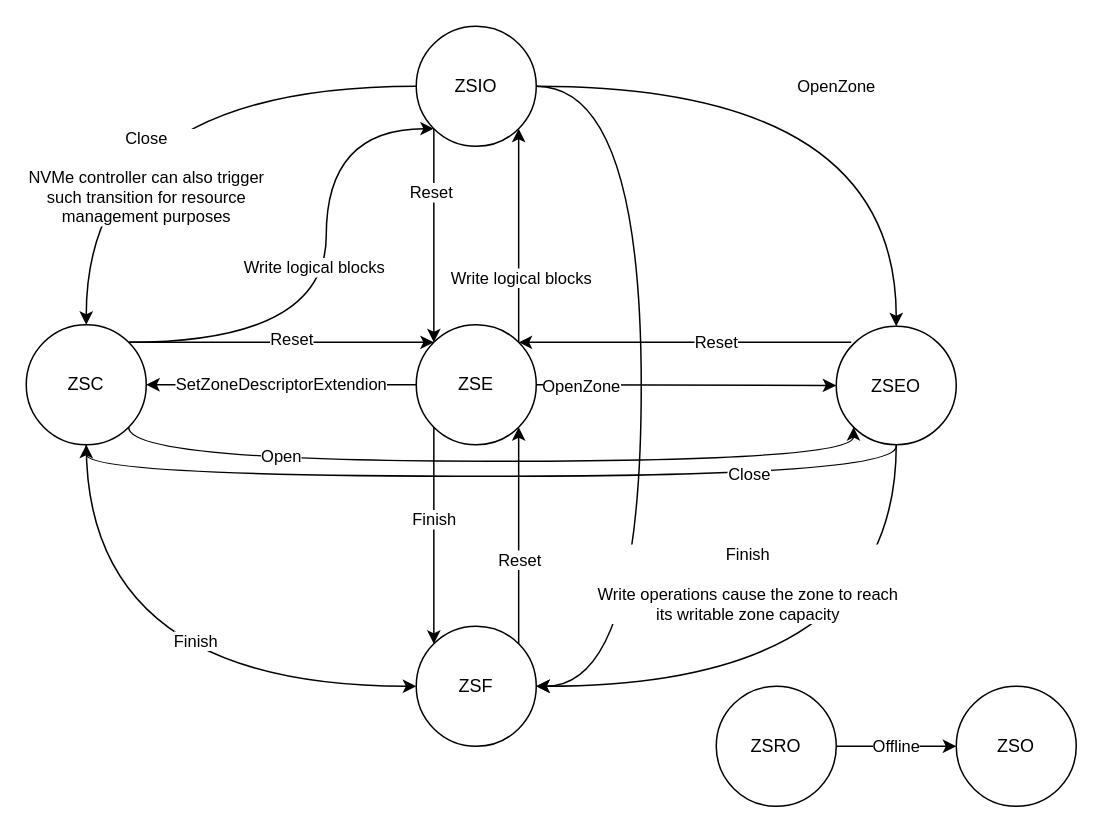
Before: ZNSStateMachine.drawio in Dicridon/drawio, a draw.io diagram. Source tidied: cells renumbered, new cells numbered last; positions are measured from the earlier drawing's top-left corner, leaving out a move shared by most shapes. Both pictures are drawn from the tidied source at 150%, with x=0, y=0 at pixel (26, 26).
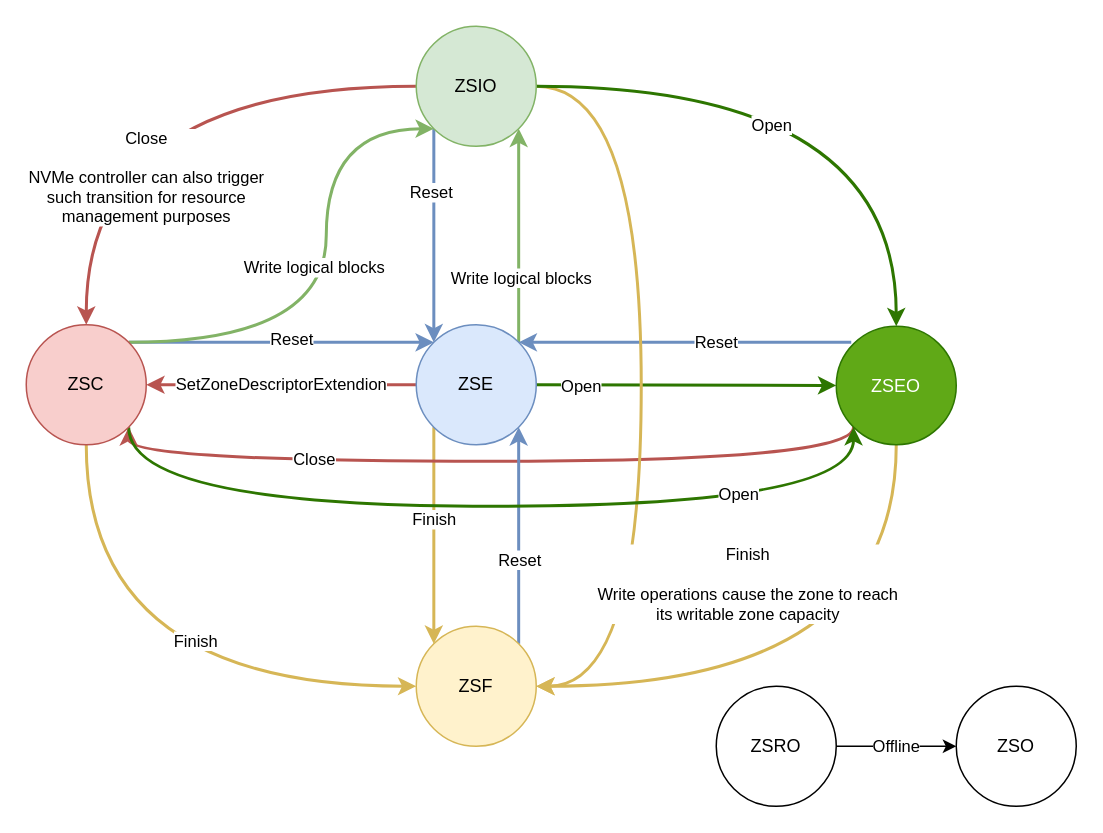
After the change.

Diff of the diagram source:
```diff
@@
-    <mxCell id="2" style="edgeStyle=orthogonalEdgeStyle;rounded=0;jettySize=auto;html=1;exitX=1;exitY=0.5;exitDx=0;exitDy=0;curved=1;" parent="1" edge="1" source="9" target="15">
+    <mxCell id="2" style="edgeStyle=orthogonalEdgeStyle;rounded=0;jettySize=auto;html=1;exitX=1;exitY=0.5;exitDx=0;exitDy=0;curved=1;fillColor=#60a917;strokeColor=#2D7600;strokeWidth=2;" parent="1" edge="1" source="9" target="15">
       <mxGeometry relative="1" as="geometry" />
     </mxCell>
-    <mxCell id="3" value="OpenZone" style="edgeLabel;html=1;align=center;verticalAlign=middle;" parent="2" vertex="1">
+    <mxCell id="3" value="Open" style="edgeLabel;html=1;align=center;verticalAlign=middle;" parent="2" vertex="1">
       <mxGeometry x="0.04" relative="1" as="geometry">
         <mxPoint x="-74" as="offset" />
       </mxGeometry>
     </mxCell>
-    <mxCell id="4" style="edgeStyle=orthogonalEdgeStyle;curved=1;rounded=0;jettySize=auto;html=1;exitX=1;exitY=0;exitDx=0;exitDy=0;entryX=1;entryY=1;entryDx=0;entryDy=0;" parent="1" edge="1" source="9" target="26">
+    <mxCell id="4" style="edgeStyle=orthogonalEdgeStyle;curved=1;rounded=0;jettySize=auto;html=1;exitX=1;exitY=0;exitDx=0;exitDy=0;entryX=1;entryY=1;entryDx=0;entryDy=0;strokeWidth=2;fillColor=#d5e8d4;strokeColor=#82b366;" parent="1" edge="1" source="9" target="26">
       <mxGeometry relative="1" as="geometry" />
     </mxCell>
@@
-    <mxCell id="6" value="SetZoneDescriptorExtendion&lt;br&gt;" style="edgeStyle=orthogonalEdgeStyle;curved=1;rounded=0;jettySize=auto;html=1;exitX=0;exitY=0.5;exitDx=0;exitDy=0;entryX=1;entryY=0.5;entryDx=0;entryDy=0;" parent="1" edge="1" source="9" target="35">
+    <mxCell id="6" value="SetZoneDescriptorExtendion&lt;br&gt;" style="edgeStyle=orthogonalEdgeStyle;curved=1;rounded=0;jettySize=auto;html=1;exitX=0;exitY=0.5;exitDx=0;exitDy=0;entryX=1;entryY=0.5;entryDx=0;entryDy=0;strokeWidth=2;fillColor=#f8cecc;strokeColor=#b85450;" parent="1" edge="1" source="9" target="35">
       <mxGeometry relative="1" as="geometry" />
     </mxCell>
-    <mxCell id="7" style="edgeStyle=orthogonalEdgeStyle;curved=1;rounded=0;jettySize=auto;html=1;exitX=0;exitY=1;exitDx=0;exitDy=0;entryX=0;entryY=0;entryDx=0;entryDy=0;" parent="1" edge="1" source="9" target="18">
+    <mxCell id="7" style="edgeStyle=orthogonalEdgeStyle;curved=1;rounded=0;jettySize=auto;html=1;exitX=0;exitY=1;exitDx=0;exitDy=0;entryX=0;entryY=0;entryDx=0;entryDy=0;fillColor=#fff2cc;strokeColor=#d6b656;strokeWidth=2;" parent="1" edge="1" source="9" target="18">
       <mxGeometry relative="1" as="geometry" />
     </mxCell>
@@
-    <mxCell id="9" value="ZSE" style="ellipse;whiteSpace=wrap;html=1;" parent="1" vertex="1">
+    <mxCell id="9" value="ZSE" style="ellipse;whiteSpace=wrap;html=1;fillColor=#dae8fc;strokeColor=#6c8ebf;" parent="1" vertex="1">
       <mxGeometry x="260" y="199" width="80" height="80" as="geometry" />
     </mxCell>
-    <mxCell id="10" style="edgeStyle=orthogonalEdgeStyle;curved=1;rounded=0;jettySize=auto;html=1;exitX=0.125;exitY=0.136;exitDx=0;exitDy=0;entryX=1;entryY=0;entryDx=0;entryDy=0;exitPerimeter=0;" parent="1" edge="1" source="15" target="9">
+    <mxCell id="10" style="edgeStyle=orthogonalEdgeStyle;curved=1;rounded=0;jettySize=auto;html=1;exitX=0.125;exitY=0.136;exitDx=0;exitDy=0;entryX=1;entryY=0;entryDx=0;entryDy=0;exitPerimeter=0;fillColor=#dae8fc;strokeColor=#6c8ebf;strokeWidth=2;" parent="1" edge="1" source="15" target="9">
       <mxGeometry relative="1" as="geometry" />
     </mxCell>
@@
-    <mxCell id="12" style="edgeStyle=orthogonalEdgeStyle;curved=1;rounded=0;jettySize=auto;html=1;entryX=0.5;entryY=1;entryDx=0;entryDy=0;" parent="1" edge="1" target="35">
-      <mxGeometry relative="1" as="geometry">
-        <mxPoint x="580" y="280" as="sourcePoint" />
-        <Array as="points">
-          <mxPoint x="580" y="300" />
-          <mxPoint x="40" y="300" />
-        </Array>
-      </mxGeometry>
-    </mxCell>
+    <mxCell id="14" style="edgeStyle=orthogonalEdgeStyle;curved=1;rounded=0;jettySize=auto;html=1;exitX=0.5;exitY=1;exitDx=0;exitDy=0;entryX=1;entryY=0.5;entryDx=0;entryDy=0;fillColor=#fff2cc;strokeColor=#d6b656;strokeWidth=2;" parent="1" edge="1" source="15" target="18">
+      <mxGeometry relative="1" as="geometry" />
+    </mxCell>
+    <mxCell id="39" style="edgeStyle=orthogonalEdgeStyle;curved=1;rounded=0;jettySize=auto;html=1;exitX=0;exitY=1;exitDx=0;exitDy=0;entryX=1;entryY=1;entryDx=0;entryDy=0;fillColor=#f8cecc;strokeColor=#b85450;strokeWidth=2;" parent="1" edge="1" source="15" target="35">
+      <mxGeometry relative="1" as="geometry">
+        <Array as="points">
+          <mxPoint x="552" y="290" />
+          <mxPoint x="68" y="290" />
+        </Array>
+      </mxGeometry>
+    </mxCell>
-    <mxCell id="13" value="Close" style="edgeLabel;html=1;align=center;verticalAlign=middle;" parent="12" vertex="1">
-      <mxGeometry x="-0.64" y="-8" relative="1" as="geometry">
-        <mxPoint x="-14" y="6" as="offset" />
-      </mxGeometry>
+    <mxCell id="13" value="Close" style="edgeLabel;html=1;align=center;verticalAlign=middle;fontColor=#000000;" parent="39" vertex="1">
+      <mxGeometry x="0.45" y="-2" relative="1" as="geometry" />
     </mxCell>
-    <mxCell id="14" style="edgeStyle=orthogonalEdgeStyle;curved=1;rounded=0;jettySize=auto;html=1;exitX=0.5;exitY=1;exitDx=0;exitDy=0;entryX=1;entryY=0.5;entryDx=0;entryDy=0;" parent="1" edge="1" source="15" target="18">
-      <mxGeometry relative="1" as="geometry" />
-    </mxCell>
-    <mxCell id="15" value="ZSEO" style="ellipse;whiteSpace=wrap;html=1;" parent="1" vertex="1">
+    <mxCell id="15" value="ZSEO" style="ellipse;whiteSpace=wrap;html=1;fillColor=#60a917;strokeColor=#2D7600;fontColor=#ffffff;" parent="1" vertex="1">
       <mxGeometry x="540" y="200" width="80" height="79" as="geometry" />
     </mxCell>
-    <mxCell id="16" style="edgeStyle=orthogonalEdgeStyle;curved=1;rounded=0;jettySize=auto;html=1;exitX=1;exitY=0;exitDx=0;exitDy=0;entryX=1;entryY=1;entryDx=0;entryDy=0;" parent="1" edge="1" source="18" target="9">
+    <mxCell id="16" style="edgeStyle=orthogonalEdgeStyle;curved=1;rounded=0;jettySize=auto;html=1;exitX=1;exitY=0;exitDx=0;exitDy=0;entryX=1;entryY=1;entryDx=0;entryDy=0;fillColor=#dae8fc;strokeColor=#6c8ebf;strokeWidth=2;" parent="1" edge="1" source="18" target="9">
       <mxGeometry relative="1" as="geometry" />
     </mxCell>
@@
-    <mxCell id="18" value="ZSF" style="ellipse;whiteSpace=wrap;html=1;" parent="1" vertex="1">
+    <mxCell id="18" value="ZSF" style="ellipse;whiteSpace=wrap;html=1;fillColor=#fff2cc;strokeColor=#d6b656;" parent="1" vertex="1">
       <mxGeometry x="260" y="400" width="80" height="80" as="geometry" />
     </mxCell>
-    <mxCell id="19" style="edgeStyle=orthogonalEdgeStyle;curved=1;rounded=0;jettySize=auto;html=1;exitX=0;exitY=1;exitDx=0;exitDy=0;entryX=0;entryY=0;entryDx=0;entryDy=0;" parent="1" edge="1" source="26" target="9">
+    <mxCell id="19" style="edgeStyle=orthogonalEdgeStyle;curved=1;rounded=0;jettySize=auto;html=1;exitX=0;exitY=1;exitDx=0;exitDy=0;entryX=0;entryY=0;entryDx=0;entryDy=0;fillColor=#dae8fc;strokeColor=#6c8ebf;strokeWidth=2;" parent="1" edge="1" source="26" target="9">
       <mxGeometry relative="1" as="geometry" />
     </mxCell>
@@
-    <mxCell id="21" value="OpenZone" style="edgeStyle=orthogonalEdgeStyle;curved=1;rounded=0;jettySize=auto;html=1;exitX=1;exitY=0.5;exitDx=0;exitDy=0;entryX=0.5;entryY=0;entryDx=0;entryDy=0;" parent="1" edge="1" source="26" target="15">
-      <mxGeometry relative="1" as="geometry" />
-    </mxCell>
-    <mxCell id="22" style="edgeStyle=orthogonalEdgeStyle;curved=1;rounded=0;jettySize=auto;html=1;exitX=0;exitY=0.5;exitDx=0;exitDy=0;entryX=0.5;entryY=0;entryDx=0;entryDy=0;" parent="1" edge="1" source="26" target="35">
+    <mxCell id="22" style="edgeStyle=orthogonalEdgeStyle;curved=1;rounded=0;jettySize=auto;html=1;exitX=0;exitY=0.5;exitDx=0;exitDy=0;entryX=0.5;entryY=0;entryDx=0;entryDy=0;fillColor=#f8cecc;strokeColor=#b85450;strokeWidth=2;" parent="1" edge="1" source="26" target="35">
       <mxGeometry relative="1" as="geometry" />
     </mxCell>
@@
-    <mxCell id="24" style="edgeStyle=orthogonalEdgeStyle;curved=1;rounded=0;jettySize=auto;html=1;exitX=1;exitY=0.5;exitDx=0;exitDy=0;entryX=1;entryY=0.5;entryDx=0;entryDy=0;" parent="1" edge="1" source="26" target="18">
+    <mxCell id="24" style="edgeStyle=orthogonalEdgeStyle;curved=1;rounded=0;jettySize=auto;html=1;exitX=1;exitY=0.5;exitDx=0;exitDy=0;entryX=1;entryY=0.5;entryDx=0;entryDy=0;fillColor=#fff2cc;strokeColor=#d6b656;strokeWidth=2;" parent="1" edge="1" source="26" target="18">
       <mxGeometry relative="1" as="geometry">
         <Array as="points">
           <mxPoint x="410" y="40" />
           <mxPoint x="410" y="440" />
         </Array>
       </mxGeometry>
     </mxCell>
@@
+    <mxCell id="21" style="edgeStyle=orthogonalEdgeStyle;curved=1;rounded=0;jettySize=auto;html=1;exitX=1;exitY=0.5;exitDx=0;exitDy=0;entryX=0.5;entryY=0;entryDx=0;entryDy=0;fillColor=#60a917;strokeColor=#2D7600;strokeWidth=2;" parent="1" edge="1" source="26" target="15">
+      <mxGeometry relative="1" as="geometry" />
+    </mxCell>
+    <mxCell id="32" value="Open" style="edgeLabel;html=1;align=center;verticalAlign=middle;" parent="21" vertex="1">
+      <mxGeometry x="-0.22" y="-25" relative="1" as="geometry" />
+    </mxCell>
-    <mxCell id="26" value="ZSIO" style="ellipse;whiteSpace=wrap;html=1;" parent="1" vertex="1">
+    <mxCell id="26" value="ZSIO" style="ellipse;whiteSpace=wrap;html=1;fillColor=#d5e8d4;strokeColor=#82b366;" parent="1" vertex="1">
       <mxGeometry x="260" width="80" height="80" as="geometry" />
     </mxCell>
-    <mxCell id="27" style="edgeStyle=orthogonalEdgeStyle;curved=1;rounded=0;jettySize=auto;html=1;exitX=1;exitY=0;exitDx=0;exitDy=0;entryX=0;entryY=0;entryDx=0;entryDy=0;" parent="1" edge="1" source="35" target="9">
+    <mxCell id="27" style="edgeStyle=orthogonalEdgeStyle;curved=1;rounded=0;jettySize=auto;html=1;exitX=1;exitY=0;exitDx=0;exitDy=0;entryX=0;entryY=0;entryDx=0;entryDy=0;fillColor=#dae8fc;strokeColor=#6c8ebf;strokeWidth=2;" parent="1" edge="1" source="35" target="9">
       <mxGeometry relative="1" as="geometry" />
     </mxCell>
@@
-    <mxCell id="29" style="edgeStyle=orthogonalEdgeStyle;curved=1;rounded=0;jettySize=auto;html=1;exitX=1;exitY=0;exitDx=0;exitDy=0;entryX=0;entryY=1;entryDx=0;entryDy=0;" parent="1" edge="1" source="35" target="26">
+    <mxCell id="29" style="edgeStyle=orthogonalEdgeStyle;curved=1;rounded=0;jettySize=auto;html=1;exitX=1;exitY=0;exitDx=0;exitDy=0;entryX=0;entryY=1;entryDx=0;entryDy=0;strokeWidth=2;fillColor=#d5e8d4;strokeColor=#82b366;" parent="1" edge="1" source="35" target="26">
       <mxGeometry relative="1" as="geometry">
         <Array as="points">
           <mxPoint x="200" y="211" />
           <mxPoint x="200" y="68" />
         </Array>
       </mxGeometry>
     </mxCell>
@@
-    <mxCell id="31" style="edgeStyle=orthogonalEdgeStyle;curved=1;rounded=0;jettySize=auto;html=1;exitX=1;exitY=1;exitDx=0;exitDy=0;entryX=0;entryY=1;entryDx=0;entryDy=0;" parent="1" edge="1" source="35" target="15">
+    <mxCell id="31" style="edgeStyle=orthogonalEdgeStyle;curved=1;rounded=0;jettySize=auto;html=1;exitX=1;exitY=1;exitDx=0;exitDy=0;entryX=0;entryY=1;entryDx=0;entryDy=0;fillColor=#60a917;strokeColor=#2D7600;strokeWidth=2;" parent="1" edge="1" source="35" target="15">
       <mxGeometry relative="1" as="geometry">
         <Array as="points">
-          <mxPoint x="68" y="290" />
-          <mxPoint x="552" y="290" />
+          <mxPoint x="68" y="320" />
+          <mxPoint x="552" y="320" />
         </Array>
       </mxGeometry>
     </mxCell>
-    <mxCell id="32" value="Open" style="edgeLabel;html=1;align=center;verticalAlign=middle;" parent="31" vertex="1">
-      <mxGeometry x="-0.53" y="4" relative="1" as="geometry" />
-    </mxCell>
+    <mxCell id="40" value="Open" style="edgeLabel;html=1;align=center;verticalAlign=middle;fontColor=#000000;" parent="31" vertex="1">
+      <mxGeometry x="0.56" y="9" relative="1" as="geometry" />
+    </mxCell>
-    <mxCell id="33" style="edgeStyle=orthogonalEdgeStyle;curved=1;rounded=0;jettySize=auto;html=1;exitX=0.5;exitY=1;exitDx=0;exitDy=0;entryX=0;entryY=0.5;entryDx=0;entryDy=0;" parent="1" edge="1" source="35" target="18">
+    <mxCell id="33" style="edgeStyle=orthogonalEdgeStyle;curved=1;rounded=0;jettySize=auto;html=1;exitX=0.5;exitY=1;exitDx=0;exitDy=0;entryX=0;entryY=0.5;entryDx=0;entryDy=0;fillColor=#fff2cc;strokeColor=#d6b656;strokeWidth=2;" parent="1" edge="1" source="35" target="18">
       <mxGeometry relative="1" as="geometry" />
     </mxCell>
@@
-    <mxCell id="35" value="ZSC" style="ellipse;whiteSpace=wrap;html=1;" parent="1" vertex="1">
+    <mxCell id="35" value="ZSC" style="ellipse;whiteSpace=wrap;html=1;fillColor=#f8cecc;strokeColor=#b85450;" parent="1" vertex="1">
       <mxGeometry y="199" width="80" height="80" as="geometry" />
     </mxCell>
```
